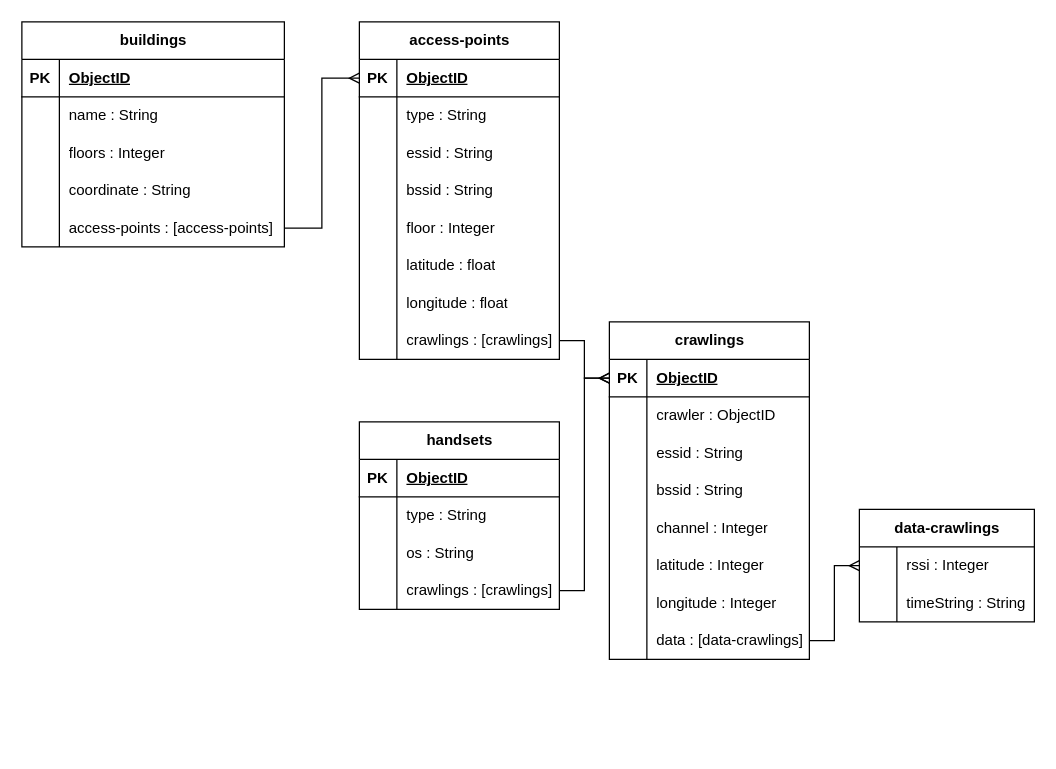
Before: page "ERD - Aruba" (1 of 2) of Indoor Positioning Systems.drawio in bmw-ece-ntust/diagrams, a draw.io diagram. Source tidied: cells renumbered, new cells numbered last; positions are measured from the earlier drawing's top-left corner, leaving out a move shared by most shapes. Both pictures are drawn from the tidied source at 125%, with x=0, y=0 at pixel (21, 21).
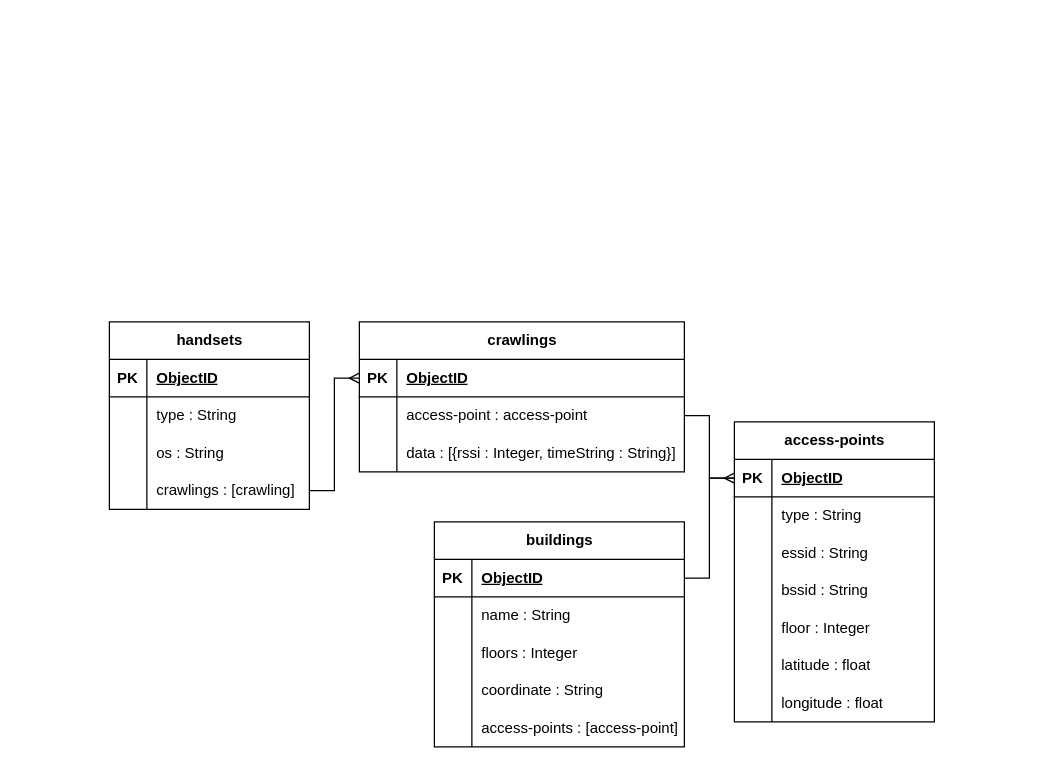
The same page after the edit.

Commit message:
Update Indoor Positioning Systems ERD.drawio

The change refers to these unchanged cells:
```xml
<mxCell id="28" style="shape=tableRow;horizontal=0;startSize=0;swimlaneHead=0;swimlaneBody=0;fillColor=none;points=[[0,0.5],[1,0.5]];portConstraint=eastwest;top=0;left=0;right=0;bottom=0;" parent="18" vertex="1">
  <mxGeometry y="120" width="160" height="30" as="geometry" />
</mxCell>
<mxCell id="32" style="shape=tableRow;horizontal=0;startSize=0;swimlaneHead=0;swimlaneBody=0;fillColor=none;points=[[0,0.5],[1,0.5]];portConstraint=eastwest;top=0;left=0;right=0;bottom=1;" parent="31" vertex="1">
  <mxGeometry y="30" width="160" height="30" as="geometry" />
</mxCell>
```

The edit, as a diff of the source:
```diff
@@
     <mxCell id="2" value="buildings" style="shape=table;startSize=30;childLayout=tableLayout;rowLines=0;fontStyle=1;align=center;html=1;" parent="1" vertex="1">
-      <mxGeometry width="210" height="180" as="geometry" />
+      <mxGeometry x="330" y="400" width="200" height="180" as="geometry" />
     </mxCell>
     <mxCell id="3" style="shape=tableRow;horizontal=0;startSize=0;swimlaneHead=0;swimlaneBody=0;fillColor=none;points=[[0,0.5],[1,0.5]];portConstraint=eastwest;top=0;left=0;right=0;bottom=1;" parent="2" vertex="1">
-      <mxGeometry y="30" width="210" height="30" as="geometry" />
+      <mxGeometry y="30" width="200" height="30" as="geometry" />
     </mxCell>
@@
     <mxCell id="5" value="ObjectID" style="shape=partialRectangle;fillColor=none;top=0;left=0;bottom=0;right=0;align=left;spacingLeft=6;fontStyle=5;overflow=hidden;whiteSpace=wrap;html=1;" parent="3" vertex="1">
-      <mxGeometry x="30" width="180" height="30" as="geometry" />
+      <mxGeometry x="30" width="170" height="30" as="geometry" />
     </mxCell>
     <mxCell id="6" style="shape=tableRow;horizontal=0;startSize=0;swimlaneHead=0;swimlaneBody=0;fillColor=none;top=0;left=0;right=0;bottom=0;" parent="2" vertex="1">
-      <mxGeometry y="60" width="210" height="30" as="geometry" />
+      <mxGeometry y="60" width="200" height="30" as="geometry" />
     </mxCell>
@@
     <mxCell id="8" value="name : String" style="shape=partialRectangle;fillColor=none;top=0;left=0;bottom=0;right=0;align=left;spacingLeft=6;overflow=hidden;whiteSpace=wrap;html=1;" parent="6" vertex="1">
-      <mxGeometry x="30" width="180" height="30" as="geometry" />
+      <mxGeometry x="30" width="170" height="30" as="geometry" />
     </mxCell>
     <mxCell id="9" style="shape=tableRow;horizontal=0;startSize=0;swimlaneHead=0;swimlaneBody=0;fillColor=none;top=0;left=0;right=0;bottom=0;" parent="2" vertex="1">
-      <mxGeometry y="90" width="210" height="30" as="geometry" />
+      <mxGeometry y="90" width="200" height="30" as="geometry" />
     </mxCell>
@@
     <mxCell id="11" value="floors : Integer" style="shape=partialRectangle;fillColor=none;top=0;left=0;bottom=0;right=0;align=left;spacingLeft=6;overflow=hidden;whiteSpace=wrap;html=1;" parent="9" vertex="1">
-      <mxGeometry x="30" width="180" height="30" as="geometry" />
+      <mxGeometry x="30" width="170" height="30" as="geometry" />
     </mxCell>
     <mxCell id="12" style="shape=tableRow;horizontal=0;startSize=0;swimlaneHead=0;swimlaneBody=0;fillColor=none;top=0;left=0;right=0;bottom=0;" parent="2" vertex="1">
-      <mxGeometry y="120" width="210" height="30" as="geometry" />
+      <mxGeometry y="120" width="200" height="30" as="geometry" />
     </mxCell>
@@
     <mxCell id="14" value="coordinate : String" style="shape=partialRectangle;fillColor=none;top=0;left=0;bottom=0;right=0;align=left;spacingLeft=6;overflow=hidden;whiteSpace=wrap;html=1;" parent="12" vertex="1">
-      <mxGeometry x="30" width="180" height="30" as="geometry" />
+      <mxGeometry x="30" width="170" height="30" as="geometry" />
     </mxCell>
     <mxCell id="15" style="shape=tableRow;horizontal=0;startSize=0;swimlaneHead=0;swimlaneBody=0;fillColor=none;points=[[0,0.5],[1,0.5]];portConstraint=eastwest;top=0;left=0;right=0;bottom=0;" parent="2" vertex="1">
-      <mxGeometry y="150" width="210" height="30" as="geometry" />
+      <mxGeometry y="150" width="200" height="30" as="geometry" />
     </mxCell>
@@
-    <mxCell id="17" value="access-points : [access-points]" style="shape=partialRectangle;fillColor=none;top=0;left=0;bottom=0;right=0;align=left;spacingLeft=6;overflow=hidden;whiteSpace=wrap;html=1;" parent="15" vertex="1">
-      <mxGeometry x="30" width="180" height="30" as="geometry" />
+    <mxCell id="17" value="access-points : [access-point]" style="shape=partialRectangle;fillColor=none;top=0;left=0;bottom=0;right=0;align=left;spacingLeft=6;overflow=hidden;whiteSpace=wrap;html=1;" parent="15" vertex="1">
+      <mxGeometry x="30" width="170" height="30" as="geometry" />
     </mxCell>
     <mxCell id="18" value="handsets" style="shape=table;startSize=30;childLayout=tableLayout;rowLines=0;fontStyle=1;align=center;html=1;" parent="1" vertex="1">
-      <mxGeometry x="270" y="320" width="160" height="150" as="geometry" />
+      <mxGeometry x="70" y="240" width="160" height="150" as="geometry" />
     </mxCell>
@@
-    <mxCell id="30" value="crawlings : [crawlings]" style="shape=partialRectangle;fillColor=none;top=0;left=0;bottom=0;right=0;align=left;spacingLeft=6;overflow=hidden;whiteSpace=wrap;html=1;" parent="28" vertex="1">
+    <mxCell id="30" value="crawlings : [crawling]" style="shape=partialRectangle;fillColor=none;top=0;left=0;bottom=0;right=0;align=left;spacingLeft=6;overflow=hidden;whiteSpace=wrap;html=1;" parent="28" vertex="1">
       <mxGeometry x="30" width="130" height="30" as="geometry" />
     </mxCell>
     <mxCell id="31" value="access-points" style="shape=table;startSize=30;childLayout=tableLayout;rowLines=0;fontStyle=1;align=center;html=1;" parent="1" vertex="1">
-      <mxGeometry x="270" width="160" height="270" as="geometry" />
+      <mxGeometry x="570" y="320" width="160" height="240" as="geometry" />
     </mxCell>
@@
-    <mxCell id="53" style="shape=tableRow;horizontal=0;startSize=0;swimlaneHead=0;swimlaneBody=0;fillColor=none;points=[[0,0.5],[1,0.5]];portConstraint=eastwest;top=0;left=0;right=0;bottom=0;" parent="31" vertex="1">
-      <mxGeometry y="240" width="160" height="30" as="geometry" />
-    </mxCell>
-    <mxCell id="54" style="shape=partialRectangle;fillColor=none;top=0;left=0;bottom=0;right=0;overflow=hidden;whiteSpace=wrap;html=1;" parent="53" vertex="1">
-      <mxGeometry width="30" height="30" as="geometry" />
-    </mxCell>
-    <mxCell id="55" value="crawlings : [crawlings]" style="shape=partialRectangle;fillColor=none;top=0;left=0;bottom=0;right=0;align=left;spacingLeft=6;overflow=hidden;whiteSpace=wrap;html=1;" parent="53" vertex="1">
-      <mxGeometry x="30" width="130" height="30" as="geometry" />
-    </mxCell>
-    <mxCell id="56" style="edgeStyle=orthogonalEdgeStyle;rounded=0;jettySize=auto;html=1;entryX=0;entryY=0.5;entryDx=0;entryDy=0;endArrow=ERmany;endFill=0;" parent="1" edge="1" source="15" target="32">
-      <mxGeometry relative="1" as="geometry" />
+    <mxCell id="56" style="edgeStyle=orthogonalEdgeStyle;rounded=0;jettySize=auto;html=1;entryX=0;entryY=0.5;entryDx=0;entryDy=0;endArrow=ERmany;endFill=0;" parent="1" edge="1" source="3" target="32">
+      <mxGeometry relative="1" as="geometry">
+        <Array as="points">
+          <mxPoint x="550" y="445" />
+          <mxPoint x="550" y="365" />
+        </Array>
+      </mxGeometry>
     </mxCell>
     <mxCell id="57" value="crawlings" style="shape=table;startSize=30;childLayout=tableLayout;rowLines=0;fontStyle=1;align=center;html=1;" parent="1" vertex="1">
-      <mxGeometry x="470" y="240" width="160" height="270" as="geometry" />
+      <mxGeometry x="270" y="240" width="260" height="120" as="geometry" />
     </mxCell>
     <mxCell id="58" style="shape=tableRow;horizontal=0;startSize=0;swimlaneHead=0;swimlaneBody=0;fillColor=none;points=[[0,0.5],[1,0.5]];portConstraint=eastwest;top=0;left=0;right=0;bottom=1;" parent="57" vertex="1">
-      <mxGeometry y="30" width="160" height="30" as="geometry" />
+      <mxGeometry y="30" width="260" height="30" as="geometry" />
     </mxCell>
@@
     <mxCell id="60" value="ObjectID" style="shape=partialRectangle;fillColor=none;top=0;left=0;bottom=0;right=0;align=left;spacingLeft=6;fontStyle=5;overflow=hidden;whiteSpace=wrap;html=1;" parent="58" vertex="1">
-      <mxGeometry x="30" width="130" height="30" as="geometry" />
+      <mxGeometry x="30" width="230" height="30" as="geometry" />
     </mxCell>
-    <mxCell id="61" style="shape=tableRow;horizontal=0;startSize=0;swimlaneHead=0;swimlaneBody=0;fillColor=none;top=0;left=0;right=0;bottom=0;" parent="57" vertex="1">
-      <mxGeometry y="60" width="160" height="30" as="geometry" />
-    </mxCell>
-    <mxCell id="62" style="shape=partialRectangle;fillColor=none;top=0;left=0;bottom=0;right=0;overflow=hidden;whiteSpace=wrap;html=1;" parent="61" vertex="1">
-      <mxGeometry width="30" height="30" as="geometry" />
-    </mxCell>
-    <mxCell id="63" value="crawler : ObjectID" style="shape=partialRectangle;fillColor=none;top=0;left=0;bottom=0;right=0;align=left;spacingLeft=6;overflow=hidden;whiteSpace=wrap;html=1;" parent="61" vertex="1">
-      <mxGeometry x="30" width="130" height="30" as="geometry" />
-    </mxCell>
-    <mxCell id="64" style="shape=tableRow;horizontal=0;startSize=0;swimlaneHead=0;swimlaneBody=0;fillColor=none;top=0;left=0;right=0;bottom=0;" parent="57" vertex="1">
-      <mxGeometry y="90" width="160" height="30" as="geometry" />
-    </mxCell>
-    <mxCell id="65" style="shape=partialRectangle;fillColor=none;top=0;left=0;bottom=0;right=0;overflow=hidden;whiteSpace=wrap;html=1;" parent="64" vertex="1">
-      <mxGeometry width="30" height="30" as="geometry" />
-    </mxCell>
-    <mxCell id="66" value="essid : String" style="shape=partialRectangle;fillColor=none;top=0;left=0;bottom=0;right=0;align=left;spacingLeft=6;overflow=hidden;whiteSpace=wrap;html=1;" parent="64" vertex="1">
-      <mxGeometry x="30" width="130" height="30" as="geometry" />
-    </mxCell>
-    <mxCell id="67" style="shape=tableRow;horizontal=0;startSize=0;swimlaneHead=0;swimlaneBody=0;fillColor=none;top=0;left=0;right=0;bottom=0;" parent="57" vertex="1">
-      <mxGeometry y="120" width="160" height="30" as="geometry" />
-    </mxCell>
-    <mxCell id="68" style="shape=partialRectangle;fillColor=none;top=0;left=0;bottom=0;right=0;overflow=hidden;whiteSpace=wrap;html=1;" parent="67" vertex="1">
-      <mxGeometry width="30" height="30" as="geometry" />
-    </mxCell>
-    <mxCell id="69" value="bssid : String" style="shape=partialRectangle;fillColor=none;top=0;left=0;bottom=0;right=0;align=left;spacingLeft=6;overflow=hidden;whiteSpace=wrap;html=1;" parent="67" vertex="1">
-      <mxGeometry x="30" width="130" height="30" as="geometry" />
-    </mxCell>
-    <mxCell id="70" style="shape=tableRow;horizontal=0;startSize=0;swimlaneHead=0;swimlaneBody=0;fillColor=none;top=0;left=0;right=0;bottom=0;" parent="57" vertex="1">
-      <mxGeometry y="150" width="160" height="30" as="geometry" />
-    </mxCell>
-    <mxCell id="71" style="shape=partialRectangle;fillColor=none;top=0;left=0;bottom=0;right=0;overflow=hidden;whiteSpace=wrap;html=1;" parent="70" vertex="1">
-      <mxGeometry width="30" height="30" as="geometry" />
-    </mxCell>
-    <mxCell id="72" value="channel : Integer" style="shape=partialRectangle;fillColor=none;top=0;left=0;bottom=0;right=0;align=left;spacingLeft=6;overflow=hidden;whiteSpace=wrap;html=1;" parent="70" vertex="1">
-      <mxGeometry x="30" width="130" height="30" as="geometry" />
-    </mxCell>
-    <mxCell id="73" style="shape=tableRow;horizontal=0;startSize=0;swimlaneHead=0;swimlaneBody=0;fillColor=none;top=0;left=0;right=0;bottom=0;" parent="57" vertex="1">
-      <mxGeometry y="180" width="160" height="30" as="geometry" />
-    </mxCell>
-    <mxCell id="74" style="shape=partialRectangle;fillColor=none;top=0;left=0;bottom=0;right=0;overflow=hidden;whiteSpace=wrap;html=1;" parent="73" vertex="1">
-      <mxGeometry width="30" height="30" as="geometry" />
-    </mxCell>
-    <mxCell id="75" value="latitude : Integer" style="shape=partialRectangle;fillColor=none;top=0;left=0;bottom=0;right=0;align=left;spacingLeft=6;overflow=hidden;whiteSpace=wrap;html=1;" parent="73" vertex="1">
-      <mxGeometry x="30" width="130" height="30" as="geometry" />
-    </mxCell>
-    <mxCell id="76" style="shape=tableRow;horizontal=0;startSize=0;swimlaneHead=0;swimlaneBody=0;fillColor=none;top=0;left=0;right=0;bottom=0;" parent="57" vertex="1">
-      <mxGeometry y="210" width="160" height="30" as="geometry" />
-    </mxCell>
-    <mxCell id="77" style="shape=partialRectangle;fillColor=none;top=0;left=0;bottom=0;right=0;overflow=hidden;whiteSpace=wrap;html=1;" parent="76" vertex="1">
-      <mxGeometry width="30" height="30" as="geometry" />
-    </mxCell>
-    <mxCell id="78" value="longitude : Integer" style="shape=partialRectangle;fillColor=none;top=0;left=0;bottom=0;right=0;align=left;spacingLeft=6;overflow=hidden;whiteSpace=wrap;html=1;" parent="76" vertex="1">
-      <mxGeometry x="30" width="130" height="30" as="geometry" />
-    </mxCell>
     <mxCell id="79" style="shape=tableRow;horizontal=0;startSize=0;swimlaneHead=0;swimlaneBody=0;fillColor=none;points=[[0,0.5],[1,0.5]];portConstraint=eastwest;top=0;left=0;right=0;bottom=0;" parent="57" vertex="1">
-      <mxGeometry y="240" width="160" height="30" as="geometry" />
+      <mxGeometry y="60" width="260" height="30" as="geometry" />
     </mxCell>
@@
-    <mxCell id="81" value="data : [data-crawlings]" style="shape=partialRectangle;fillColor=none;top=0;left=0;bottom=0;right=0;align=left;spacingLeft=6;overflow=hidden;whiteSpace=wrap;html=1;" parent="79" vertex="1">
-      <mxGeometry x="30" width="130" height="30" as="geometry" />
+    <mxCell id="81" value="access-point : access-point" style="shape=partialRectangle;fillColor=none;top=0;left=0;bottom=0;right=0;align=left;spacingLeft=6;overflow=hidden;whiteSpace=wrap;html=1;" parent="79" vertex="1">
+      <mxGeometry x="30" width="230" height="30" as="geometry" />
     </mxCell>
-    <mxCell id="82" style="edgeStyle=orthogonalEdgeStyle;rounded=0;jettySize=auto;html=1;entryX=0;entryY=0.5;entryDx=0;entryDy=0;endArrow=ERmany;endFill=0;" parent="1" edge="1" source="53" target="58">
-      <mxGeometry relative="1" as="geometry">
-        <Array as="points">
-          <mxPoint x="450" y="255" />
-          <mxPoint x="450" y="285" />
-        </Array>
-      </mxGeometry>
-    </mxCell>
+    <mxCell id="92" style="shape=tableRow;horizontal=0;startSize=0;swimlaneHead=0;swimlaneBody=0;fillColor=none;top=0;left=0;right=0;bottom=0;" parent="57" vertex="1">
+      <mxGeometry y="90" width="260" height="30" as="geometry" />
+    </mxCell>
+    <mxCell id="93" style="shape=partialRectangle;fillColor=none;top=0;left=0;bottom=0;right=0;overflow=hidden;whiteSpace=wrap;html=1;" parent="92" vertex="1">
+      <mxGeometry width="30" height="30" as="geometry" />
+    </mxCell>
+    <mxCell id="94" value="data : [{rssi : Integer, timeString : String}]" style="shape=partialRectangle;fillColor=none;top=0;left=0;bottom=0;right=0;align=left;spacingLeft=6;overflow=hidden;whiteSpace=wrap;html=1;" parent="92" vertex="1">
+      <mxGeometry x="30" width="230" height="30" as="geometry" />
+    </mxCell>
-    <mxCell id="83" style="edgeStyle=orthogonalEdgeStyle;rounded=0;jettySize=auto;html=1;entryX=0;entryY=0.5;entryDx=0;entryDy=0;endArrow=ERmany;endFill=0;" parent="1" edge="1" source="28" target="58">
+    <mxCell id="83" style="edgeStyle=orthogonalEdgeStyle;rounded=0;jettySize=auto;html=1;entryX=0;entryY=0.5;entryDx=0;entryDy=0;endArrow=ERmany;endFill=0;exitX=1;exitY=0.5;exitDx=0;exitDy=0;" parent="1" edge="1" source="28" target="58">
       <mxGeometry relative="1" as="geometry">
         <Array as="points">
-          <mxPoint x="450" y="455" />
-          <mxPoint x="450" y="285" />
+          <mxPoint x="250" y="375" />
+          <mxPoint x="250" y="285" />
         </Array>
       </mxGeometry>
     </mxCell>
-    <mxCell id="84" value="data-crawlings" style="shape=table;startSize=30;childLayout=tableLayout;rowLines=0;fontStyle=1;align=center;html=1;" parent="1" vertex="1">
-      <mxGeometry x="670" y="390" width="140" height="90" as="geometry" />
-    </mxCell>
-    <mxCell id="85" style="shape=tableRow;horizontal=0;startSize=0;swimlaneHead=0;swimlaneBody=0;fillColor=none;points=[[0,0.5],[1,0.5]];portConstraint=eastwest;top=0;left=0;right=0;bottom=0;" parent="84" vertex="1">
-      <mxGeometry y="30" width="140" height="30" as="geometry" />
-    </mxCell>
-    <mxCell id="86" style="shape=partialRectangle;fillColor=none;top=0;left=0;bottom=0;right=0;overflow=hidden;whiteSpace=wrap;html=1;" parent="85" vertex="1">
-      <mxGeometry width="30" height="30" as="geometry" />
-    </mxCell>
-    <mxCell id="87" value="rssi : Integer" style="shape=partialRectangle;fillColor=none;top=0;left=0;bottom=0;right=0;align=left;spacingLeft=6;overflow=hidden;whiteSpace=wrap;html=1;" parent="85" vertex="1">
-      <mxGeometry x="30" width="110" height="30" as="geometry" />
-    </mxCell>
-    <mxCell id="88" style="shape=tableRow;horizontal=0;startSize=0;swimlaneHead=0;swimlaneBody=0;fillColor=none;top=0;left=0;right=0;bottom=0;" parent="84" vertex="1">
-      <mxGeometry y="60" width="140" height="30" as="geometry" />
-    </mxCell>
-    <mxCell id="89" style="shape=partialRectangle;fillColor=none;top=0;left=0;bottom=0;right=0;overflow=hidden;whiteSpace=wrap;html=1;" parent="88" vertex="1">
-      <mxGeometry width="30" height="30" as="geometry" />
-    </mxCell>
-    <mxCell id="90" value="timeString : String" style="shape=partialRectangle;fillColor=none;top=0;left=0;bottom=0;right=0;align=left;spacingLeft=6;overflow=hidden;whiteSpace=wrap;html=1;" parent="88" vertex="1">
-      <mxGeometry x="30" width="110" height="30" as="geometry" />
-    </mxCell>
-    <mxCell id="91" style="edgeStyle=orthogonalEdgeStyle;rounded=0;jettySize=auto;html=1;entryX=0;entryY=0.5;entryDx=0;entryDy=0;endArrow=ERmany;endFill=0;" parent="1" edge="1" source="79" target="85">
-      <mxGeometry relative="1" as="geometry">
-        <Array as="points">
-          <mxPoint x="650" y="495" />
-          <mxPoint x="650" y="435" />
-        </Array>
-      </mxGeometry>
-    </mxCell>
+    <mxCell id="95" style="edgeStyle=orthogonalEdgeStyle;rounded=0;jettySize=auto;html=1;entryX=0;entryY=0.5;entryDx=0;entryDy=0;endArrow=none;endFill=0;" parent="1" edge="1" source="79" target="32">
+      <mxGeometry relative="1" as="geometry">
+        <Array as="points">
+          <mxPoint x="550" y="315" />
+          <mxPoint x="550" y="365" />
+        </Array>
+      </mxGeometry>
+    </mxCell>
```
